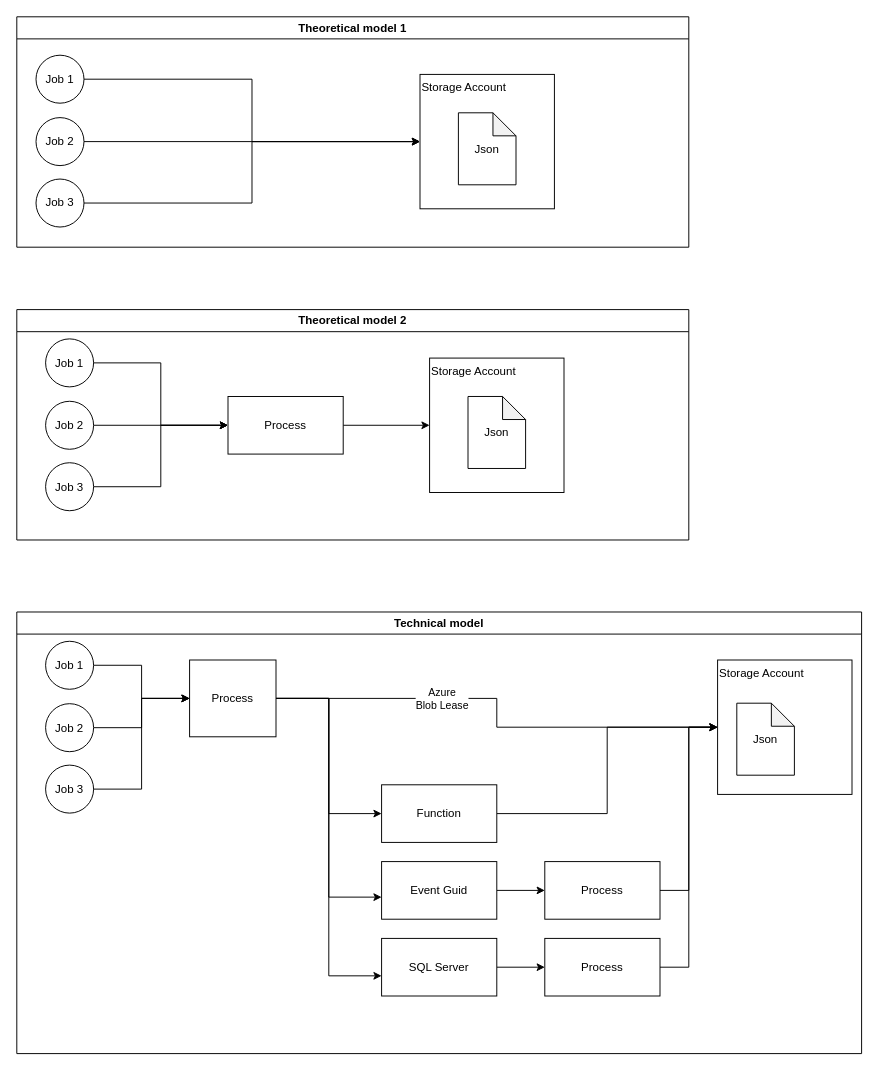
Before: 5200.drawio in hy986/Repo_0110, a draw.io diagram. Source tidied: cells renumbered, new cells numbered last; positions are measured from the earlier drawing's top-left corner, leaving out a move shared by most shapes. Both pictures are drawn from the tidied source at 96%, with x=0, y=0 at pixel (16, 16).
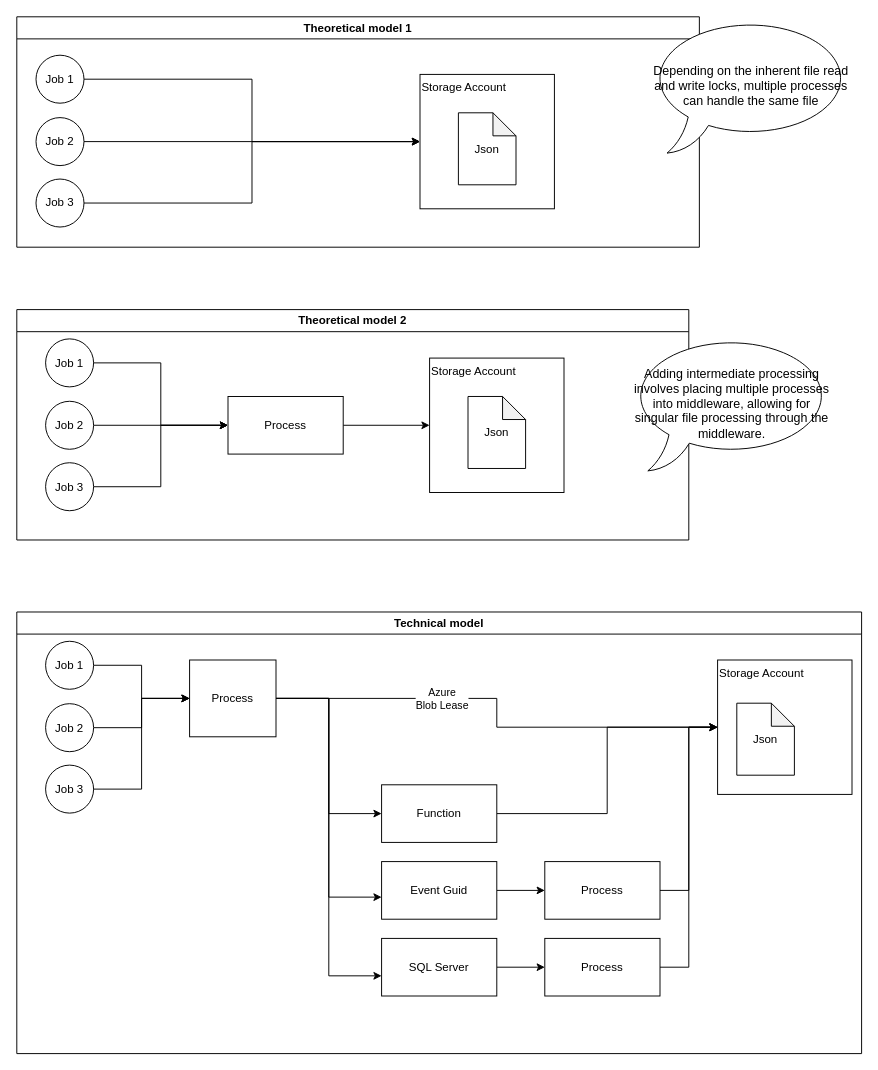
Above is the later version.

Diff of the diagram source:
```diff
@@
     <mxCell id="2" value="Theoretical model&amp;nbsp;1" style="swimlane;whiteSpace=wrap;html=1;swimlaneLine=1;flipH=0;flipV=0;direction=east;" parent="1" vertex="1">
-      <mxGeometry width="700" height="240" as="geometry" />
+      <mxGeometry width="711" height="240" as="geometry" />
     </mxCell>
@@
+    <mxCell id="47" value="&lt;font face=&quot;Helvetica&quot; style=&quot;font-size: 13px;&quot;&gt;Depending on the inherent file read and write locks, multiple processes can handle the same file&lt;/font&gt;" style="whiteSpace=wrap;html=1;shape=mxgraph.basic.oval_callout;" parent="1" vertex="1">
+      <mxGeometry x="660" y="2" width="210" height="140" as="geometry" />
+    </mxCell>
+    <mxCell id="48" value="&lt;font face=&quot;Helvetica&quot; style=&quot;font-size: 13px;&quot;&gt;Adding intermediate processing involves placing multiple processes into middleware, allowing for singular file processing through the middleware.&lt;/font&gt;" style="whiteSpace=wrap;html=1;shape=mxgraph.basic.oval_callout;" parent="1" vertex="1">
+      <mxGeometry x="640" y="333" width="210" height="140" as="geometry" />
+    </mxCell>
```
